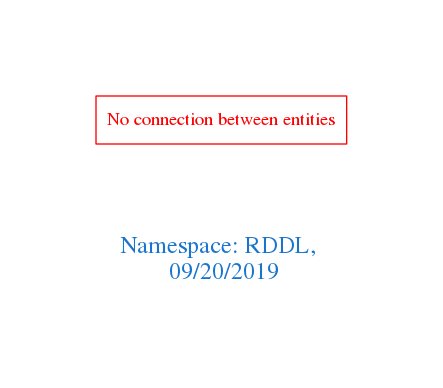
Earlier version of the Graphviz export downloads/RDDL.png (arago/OGIT). Its source is kept beside it as downloads/RDDL.dot.
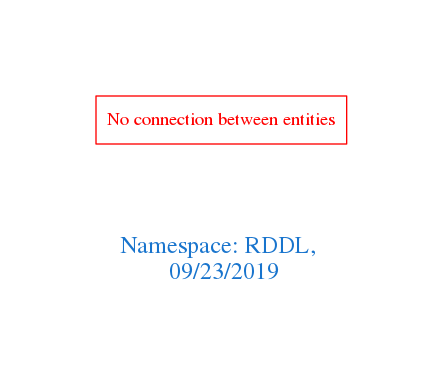
The same diagram one commit later.

Diff of the diagram source:
```diff
@@ -1,7 +1,7 @@
 digraph OGIT_ontology {
  graph [ rankdir= LR,pad=1
 fontsize = 18,
-fontcolor= dodgerblue3,label = "\n\n\nNamespace: RDDL, \n 09/20/2019"];
+fontcolor= dodgerblue3,label = "\n\n\nNamespace: RDDL, \n 09/23/2019"];
 node[shape=polygon];
 edge [  color="gray81"];
 
```
